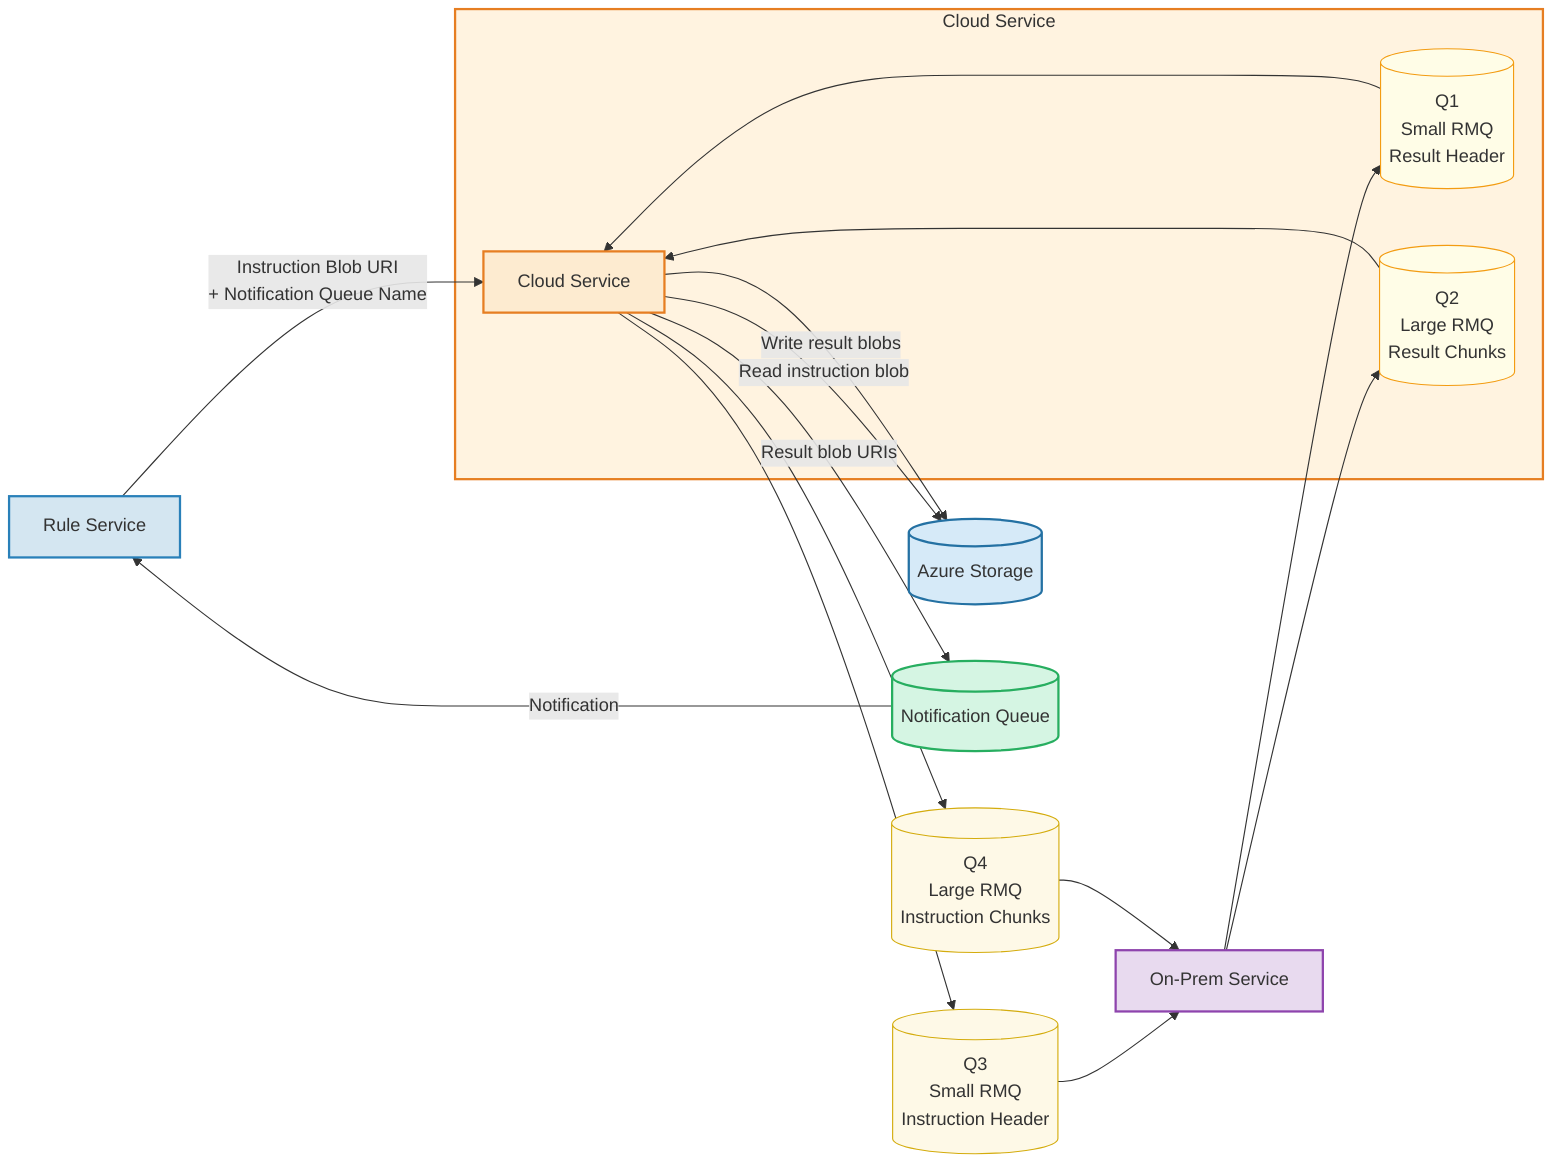
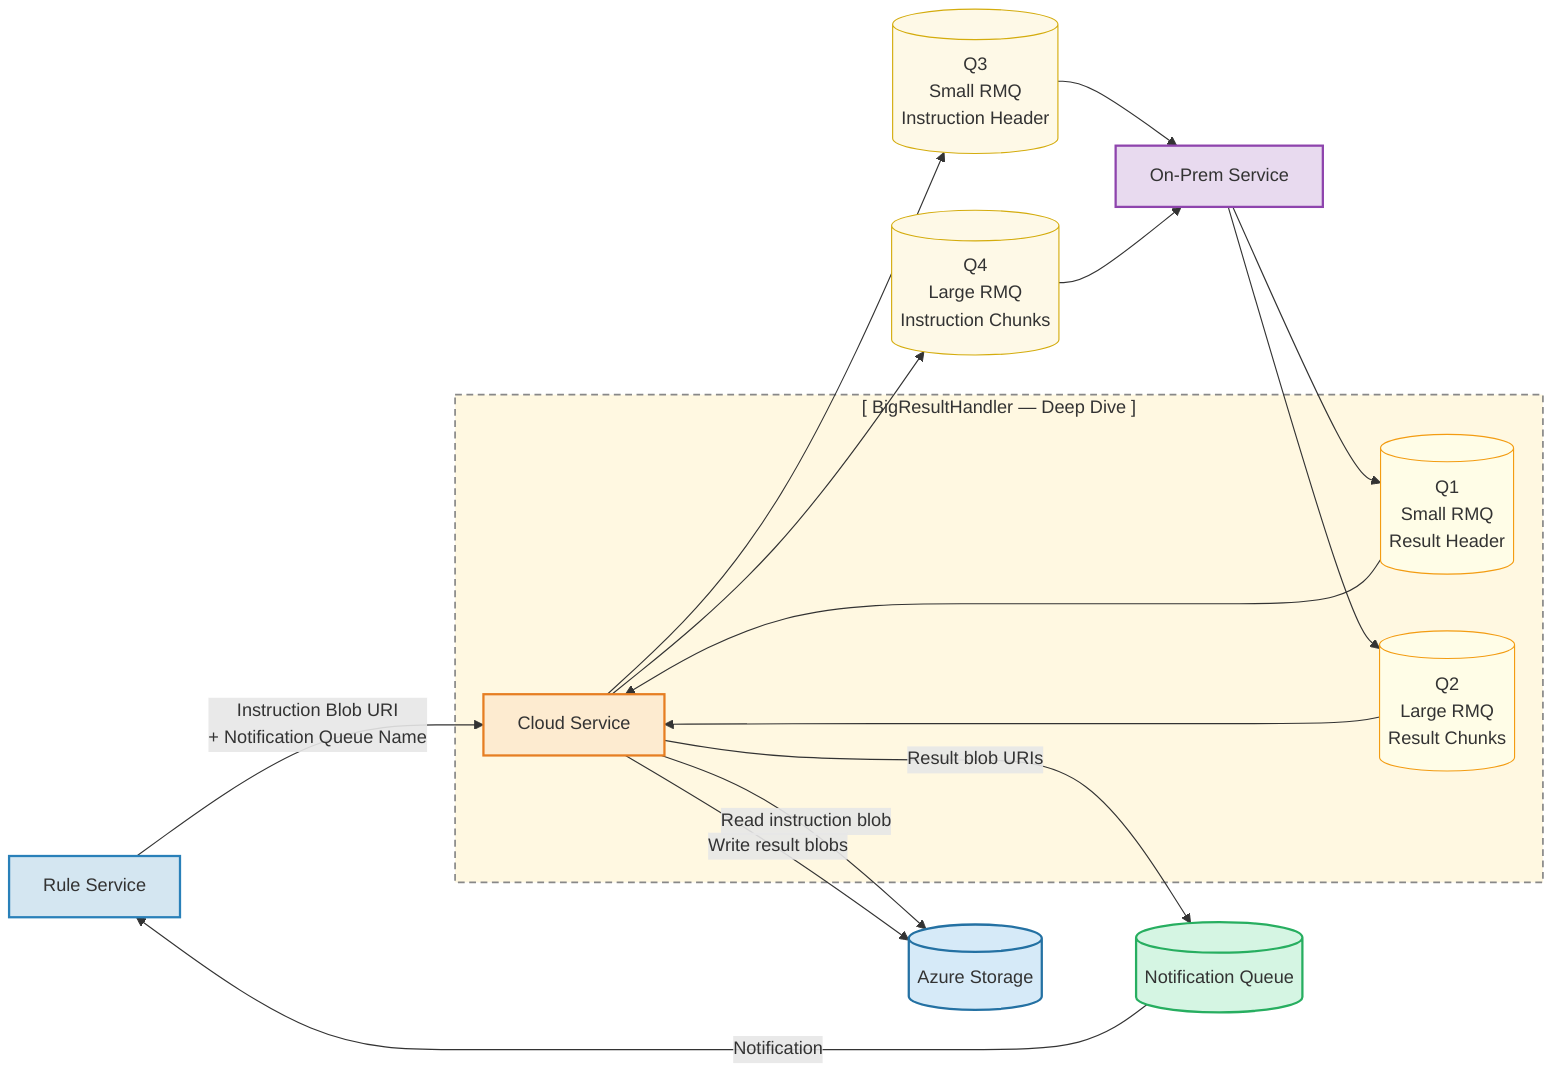
graph LR
    RS["Rule Service"]
    OP["On-Prem Service"]
-     AZ[("Azure Storage")]
-     NQ[("Notification Queue")]

    TH[("Q3\nSmall RMQ\nInstruction Header")]
    TP[("Q4\nLarge RMQ\nInstruction Chunks")]

-     subgraph CS_GRP["Cloud Service"]
+     subgraph SCOPE["[ BigResultHandler — Deep Dive ]"]
        CS["Cloud Service"]
        FH[("Q1\nSmall RMQ\nResult Header")]
        FP[("Q2\nLarge RMQ\nResult Chunks")]
    end
+ 
+     AZ[("Azure Storage")]
+     NQ[("Notification Queue")]
+ 
+     AZ ~~~ NQ

    RS -->|"Instruction Blob URI\n+ Notification Queue Name"| CS
    CS -->|"Read instruction blob"| AZ
    CS --> TH & TP
    TH & TP --> OP
    OP --> FH & FP
    FH & FP --> CS
    CS -->|"Write result blobs"| AZ
    CS -->|"Result blob URIs"| NQ
    NQ -->|"Notification"| RS

    style RS fill:#d4e6f1,stroke:#2980b9,stroke-width:2px
    style CS fill:#fdebd0,stroke:#e67e22,stroke-width:2px
    style OP fill:#e8daef,stroke:#8e44ad,stroke-width:2px
    style AZ fill:#d6eaf8,stroke:#2471a3,stroke-width:2px
    style NQ fill:#d5f5e3,stroke:#27ae60,stroke-width:2px
-     style CS_GRP fill:#fff3e0,stroke:#e67e22,stroke-width:2px
+     style SCOPE fill:#fff8e1,stroke:#888,stroke-width:1.5px,stroke-dasharray:6 4
    style FH fill:#fffde7,stroke:#f39c12,stroke-width:1px
    style FP fill:#fffde7,stroke:#f39c12,stroke-width:1px
    style TH fill:#fef9e7,stroke:#d4ac0d,stroke-width:1px
    style TP fill:#fef9e7,stroke:#d4ac0d,stroke-width:1px
